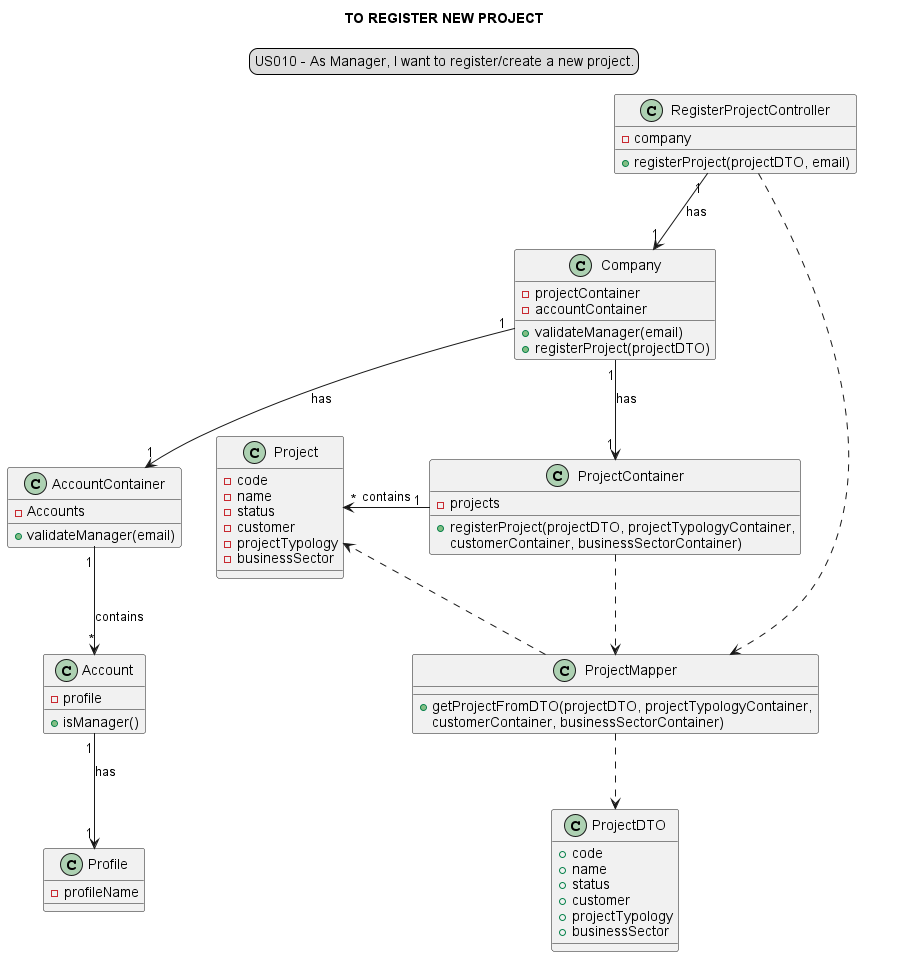
Loracline/project_switch_22-23 keeps this PlantUML diagram as docs/modelling_design/user_stories/sprint02/us010/US010_classDiagram-TO_REGISTER_NEW_PROJECT.png. Above is the earlier version.
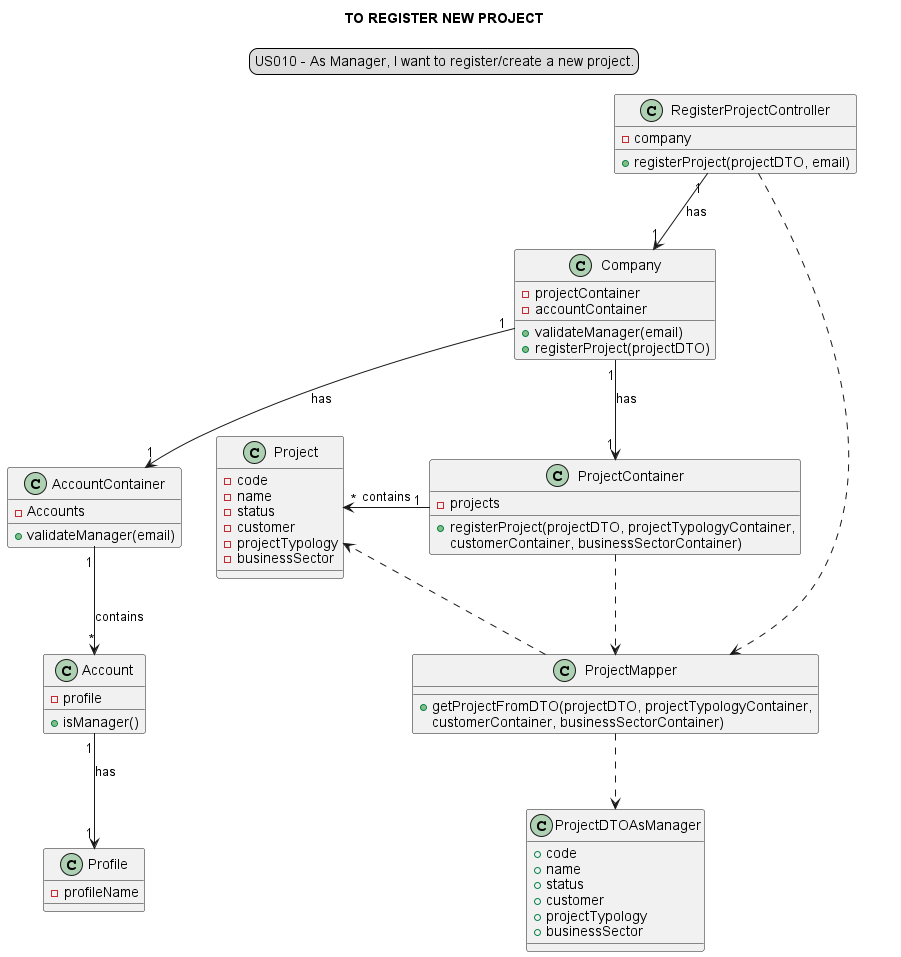
After the commit.

Change to the diagram source:
```diff
@@ -43,7 +43,7 @@
                                 customerContainer, businessSectorContainer)
 }
 
-class ProjectDTO{
+class ProjectDTOAsManager{
 + code
 + name
 + status
@@ -66,7 +66,7 @@
 Company "1"-->"1" AccountContainer: has
 AccountContainer "1"-->"*" Account: contains
 Account "1"-->"1" Profile: has
-ProjectMapper ..> ProjectDTO
+ProjectMapper ..> ProjectDTOAsManager
 ProjectContainer ..> ProjectMapper
 RegisterProjectController ..> ProjectMapper
 ProjectMapper ..> Project
```
